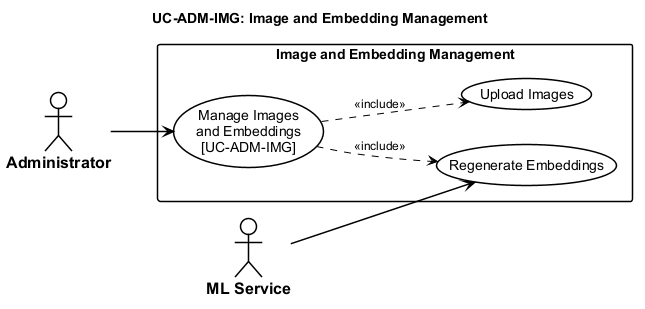
Earlier version of the PlantUML export thesis/figures/chapters/part2/ch2-design/02-use-cases/diagrams/P2S2.2.2_usecase-image-embedding.png (qingfa-dev/ReSys.Shop).
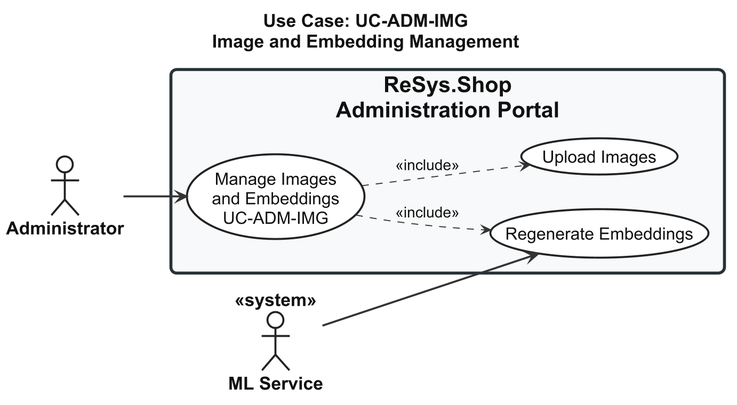
The same file after the commit.

Change to the diagram source:
```diff
@@ -1,53 +1,81 @@
 @startuml usecase-image-embedding
+
 left to right direction
 
+skinparam shadowing false
+skinparam dpi 180
+
 <style>
-  root {
-    FontName "Arial"
-    FontSize 14
-    Shadowing 0
-  }
-  actor {
-    BackGroundColor #FFFFFF
-    LineColor #000000
-    LineThickness 1.5
-    FontColor #000000
-    FontStyle bold
-    FontSize 16
-  }
-  usecase {
-    BackGroundColor #FFFFFF
-    LineColor #000000
-    LineThickness 1.5
-    FontColor #000000
-  }
-  rectangle {
-    BackGroundColor #FFFFFF
-    LineColor #000000
-    LineThickness 1.5
-    FontStyle bold
-  }
-  arrow {
-    LineColor #000000
-    LineThickness 1.5
-    FontSize 12
-  }
+
+root {
+  FontName "Arial"
+  FontSize 18
+  FontColor #111111
+}
+
+actor {
+  FontName "Arial"
+  FontSize 18
+  FontStyle bold
+  FontColor #111111
+  BackgroundColor #FFFFFF
+  LineColor #222222
+  LineThickness 2
+}
+
+usecase {
+  FontName "Arial"
+  FontSize 17
+  FontColor #111111
+  FontStyle plain
+  BackgroundColor #FFFFFF
+  LineColor #222222
+  LineThickness 2
+  Padding 18
+}
+
+rectangle {
+  FontName "Arial"
+  FontSize 22
+  FontStyle bold
+  FontColor #111111
+  BackgroundColor #F7F9FA
+  LineColor #263238
+  LineThickness 3
+  RoundCorner 12
+  Padding 30
+}
+
+arrow {
+  FontName "Arial"
+  FontSize 15
+  FontColor #111111
+  LineColor #333333
+  LineThickness 2
+}
+
 </style>
-title UC-ADM-IMG: Image and Embedding Management
+
+title Use Case: UC-ADM-IMG\nImage and Embedding Management
 
 actor "Administrator" as Admin
-actor "ML Service" as ML
+actor "ML Service" as ML <<system>>
 
-rectangle "Image and Embedding Management" {
-  usecase "Manage Images\nand Embeddings\n[UC-ADM-IMG]" as UC_MAIN
+rectangle "ReSys.Shop\nAdministration Portal" {
+
+  usecase "Manage Images\nand Embeddings\nUC-ADM-IMG" as UC_MAIN
+
   usecase "Upload Images" as UC_SUB_1
+
   usecase "Regenerate Embeddings" as UC_SUB_2
 
-  UC_MAIN ..> UC_SUB_1 : <<include>>
-  UC_MAIN ..> UC_SUB_2 : <<include>>
 }
 
 Admin --> UC_MAIN
+
+UC_MAIN ..> UC_SUB_1 : <<include>>
+UC_MAIN ..> UC_SUB_2 : <<include>>
+
 ML --> UC_SUB_2
 
 @enduml
```
